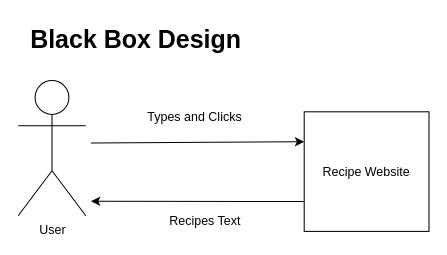
Above: page "Page-3" (2 of 4) of ProceduralManual.drawio in EricOrrDev/Diagrams (draw.io), before the change. Source tidied: cells renumbered, new cells numbered last; positions are measured from the earlier drawing's top-left corner, leaving out a move shared by most shapes. Both pictures are drawn from the tidied source at 104%, with x=0, y=0 at pixel (18, 18).
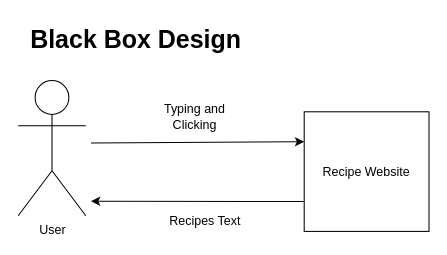
Above is the later version.

The edit, as a diff of the source:
```diff
@@
 <mxGraphModel>
   <root>
     <mxCell id="0" />
     <mxCell id="1" parent="0" />
     <mxCell id="2" value="&lt;div&gt;User&lt;/div&gt;" style="shape=umlActor;verticalLabelPosition=bottom;verticalAlign=top;html=1;" parent="1" vertex="1">
       <mxGeometry y="60" width="65" height="130" as="geometry" />
     </mxCell>
     <mxCell id="3" value="Recipe Website" style="rounded=0;whiteSpace=wrap;html=1;" parent="1" vertex="1">
       <mxGeometry x="275" y="90" width="120" height="115" as="geometry" />
     </mxCell>
-    <mxCell id="4" value="Types and Clicks" style="text;html=1;align=center;verticalAlign=middle;whiteSpace=wrap;rounded=0;" parent="1" vertex="1">
+    <mxCell id="4" value="Typing and Clicking" style="text;html=1;align=center;verticalAlign=middle;whiteSpace=wrap;rounded=0;" parent="1" vertex="1">
       <mxGeometry x="120" y="80" width="100" height="30" as="geometry" />
     </mxCell>
     <mxCell id="5" style="endArrow=classic;html=1;rounded=0;exitX=0;exitY=0.75;exitDx=0;exitDy=0;" parent="1" edge="1" source="3">
       <mxGeometry relative="1" as="geometry">
         <mxPoint x="70" y="176" as="targetPoint" />
       </mxGeometry>
     </mxCell>
     <mxCell id="6" style="endArrow=classic;html=1;rounded=0;entryX=0;entryY=0.25;entryDx=0;entryDy=0;" parent="1" edge="1" target="3">
       <mxGeometry relative="1" as="geometry">
         <mxPoint x="70" y="120" as="sourcePoint" />
       </mxGeometry>
     </mxCell>
     <mxCell id="7" value="Recipes Text" style="text;html=1;align=center;verticalAlign=middle;whiteSpace=wrap;rounded=0;" parent="1" vertex="1">
       <mxGeometry x="140" y="180" width="80" height="30" as="geometry" />
     </mxCell>
     <mxCell id="8" value="&lt;h1 style=&quot;margin-top: 0px;&quot;&gt;Black Box Design&lt;br&gt;&lt;/h1&gt;" style="text;html=1;whiteSpace=wrap;overflow=hidden;rounded=0;" parent="1" vertex="1">
       <mxGeometry x="10" width="360" height="40" as="geometry" />
     </mxCell>
   </root>
 </mxGraphModel>
```
